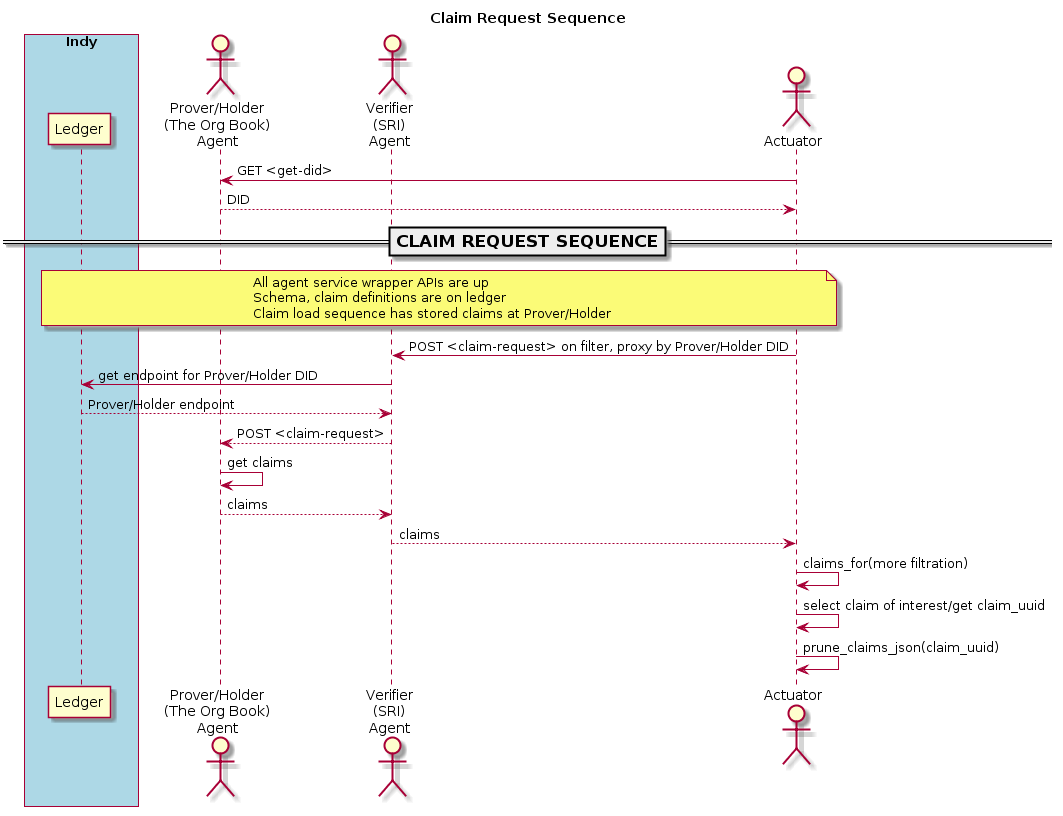
This is doc/pic/claim-request.png from PSPC-SPAC-buyandsell/demo-agent, a PlantUML export, as it was before one commit. Its diagram source:
```plantuml
@startuml

skinparam ParticipantPadding 20
skinparam BoxPadding 20

title Claim Request Sequence

box "Indy" #LightBlue
    participant "Ledger" as ledger
endbox

actor "Prover/Holder\n(The Org Book)\nAgent" as obag
actor "Verifier\n(SRI)\nAgent" as sag
actor "Actuator" as ator

ator -> obag: GET <get-did>
obag --> ator: DID

=== CLAIM REQUEST SEQUENCE ==
note over ledger, ator
All agent service wrapper APIs are up
Schema, claim definitions are on ledger
Claim load sequence has stored claims at Prover/Holder
endnote

ator -> sag: POST <claim-request> on filter, proxy by Prover/Holder DID
sag -> ledger: get endpoint for Prover/Holder DID
ledger --> sag: Prover/Holder endpoint
sag --> obag: POST <claim-request>
obag -> obag: get claims
obag --> sag: claims
sag --> ator:  claims

ator -> ator: claims_for(more filtration)
ator -> ator: select claim of interest/get claim_uuid
ator -> ator: prune_claims_json(claim_uuid)
@enduml
```
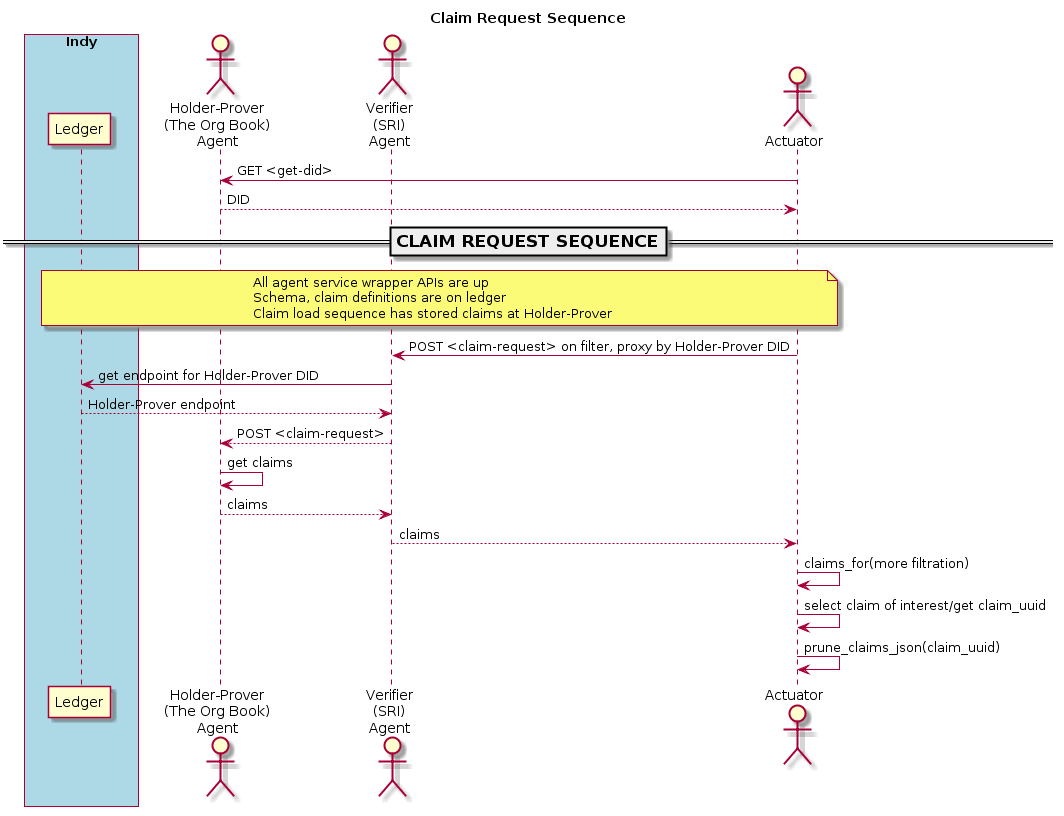
The same diagram one commit later.

The edit, as a diff of the source:
```diff
@@ -9,7 +9,7 @@
     participant "Ledger" as ledger
 endbox
 
-actor "Prover/Holder\n(The Org Book)\nAgent" as obag
+actor "Holder-Prover\n(The Org Book)\nAgent" as obag
 actor "Verifier\n(SRI)\nAgent" as sag
 actor "Actuator" as ator
 
@@ -20,12 +20,12 @@
 note over ledger, ator
 All agent service wrapper APIs are up
 Schema, claim definitions are on ledger
-Claim load sequence has stored claims at Prover/Holder
+Claim load sequence has stored claims at Holder-Prover
 endnote
 
-ator -> sag: POST <claim-request> on filter, proxy by Prover/Holder DID
-sag -> ledger: get endpoint for Prover/Holder DID
-ledger --> sag: Prover/Holder endpoint
+ator -> sag: POST <claim-request> on filter, proxy by Holder-Prover DID
+sag -> ledger: get endpoint for Holder-Prover DID
+ledger --> sag: Holder-Prover endpoint
 sag --> obag: POST <claim-request>
 obag -> obag: get claims
 obag --> sag: claims
```
